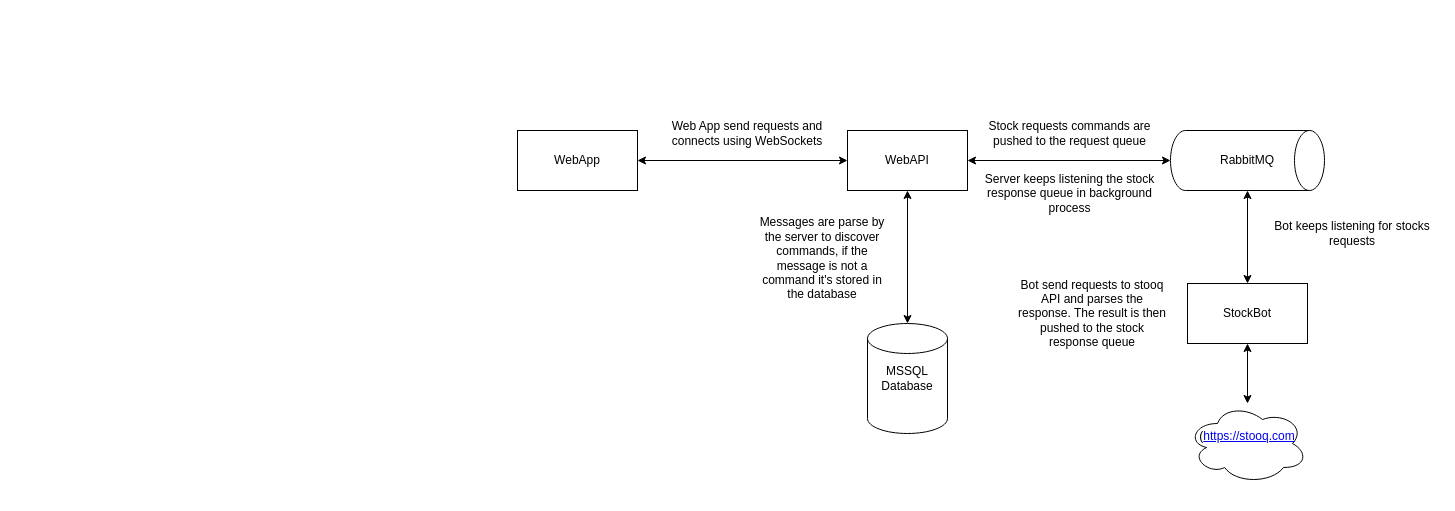
ADelRosarioH/jobsity-chat-challenge keeps this draw.io diagram as Chat Challenge - Architecture Diagram Overview.drawio. Above is the earlier version. Source tidied: cells renumbered, new cells numbered last; positions are measured from the earlier drawing's top-left corner, leaving out a move shared by most shapes. Both pictures are drawn from the tidied source at 100%, with x=0, y=0 at pixel (517, 83).
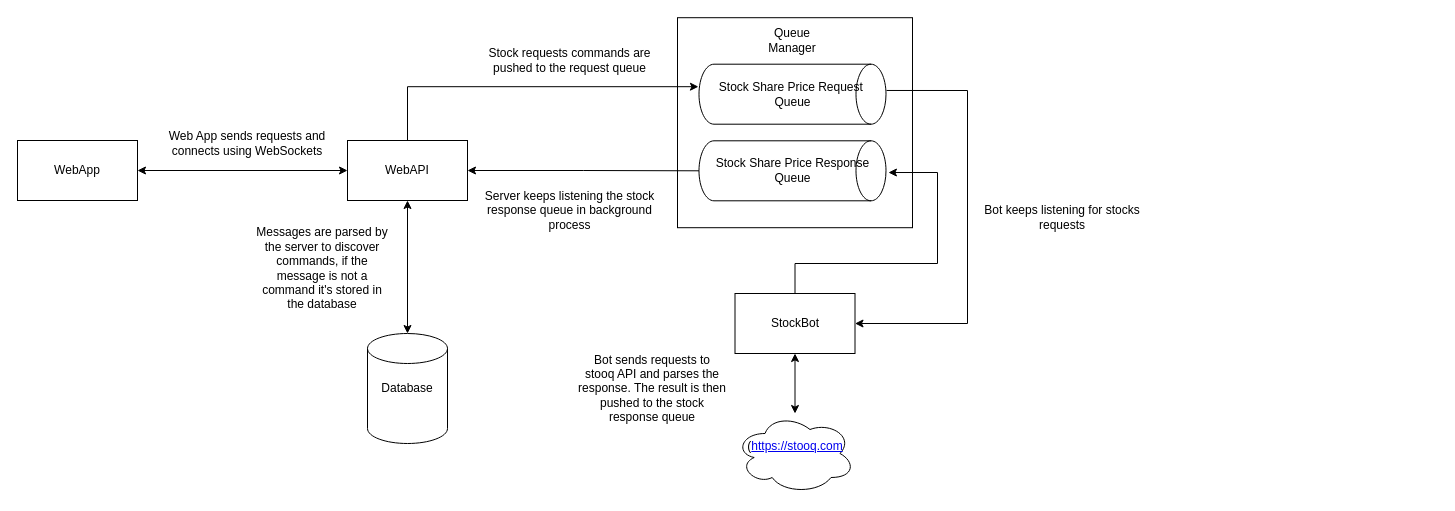
The same page after the edit.

Commit message (it also covers changes not shown here):
updates architecure diagram

fixes typos and updates png

Diff of the diagram source:
```diff
@@
+    <mxCell id="19" style="rounded=0;whiteSpace=wrap;html=1;" parent="1" vertex="1">
+      <mxGeometry x="160" y="-65.8" width="235" height="210" as="geometry" />
+    </mxCell>
@@
     <mxCell id="3" value="WebApp" style="rounded=0;whiteSpace=wrap;html=1;" parent="1" vertex="1">
-      <mxGeometry y="47" width="120" height="60" as="geometry" />
+      <mxGeometry x="-500" y="57" width="120" height="60" as="geometry" />
     </mxCell>
+    <mxCell id="5" style="edgeStyle=orthogonalEdgeStyle;rounded=0;jettySize=auto;html=1;startArrow=classic;startFill=1;" parent="1" edge="1" source="6" target="11">
+      <mxGeometry relative="1" as="geometry" />
+    </mxCell>
-    <mxCell id="4" style="edgeStyle=orthogonalEdgeStyle;rounded=0;jettySize=auto;html=1;startArrow=classic;startFill=1;" parent="1" edge="1" source="6" target="10">
+    <mxCell id="4" style="edgeStyle=orthogonalEdgeStyle;rounded=0;jettySize=auto;html=1;exitX=0.5;exitY=0;exitDx=0;exitDy=0;entryX=0.375;entryY=1.003;entryDx=0;entryDy=0;entryPerimeter=0;startArrow=none;startFill=0;" parent="1" edge="1" source="6" target="10">
       <mxGeometry relative="1" as="geometry" />
     </mxCell>
-    <mxCell id="5" style="edgeStyle=orthogonalEdgeStyle;rounded=0;jettySize=auto;html=1;startArrow=classic;startFill=1;" parent="1" edge="1" source="6" target="11">
-      <mxGeometry relative="1" as="geometry" />
-    </mxCell>
+    <mxCell id="20" style="edgeStyle=orthogonalEdgeStyle;rounded=0;jettySize=auto;html=1;exitX=1;exitY=0.5;exitDx=0;exitDy=0;startArrow=classic;startFill=1;endArrow=none;endFill=0;" parent="1" edge="1" source="6" target="22">
+      <mxGeometry relative="1" as="geometry" />
+    </mxCell>
     <mxCell id="6" value="WebAPI" style="rounded=0;whiteSpace=wrap;html=1;" parent="1" vertex="1">
-      <mxGeometry x="330" y="47" width="120" height="60" as="geometry" />
+      <mxGeometry x="-170" y="57" width="120" height="60" as="geometry" />
     </mxCell>
@@
-    <mxCell id="8" style="edgeStyle=orthogonalEdgeStyle;rounded=0;jettySize=auto;html=1;startArrow=classic;startFill=1;" parent="1" edge="1" source="9" target="10">
-      <mxGeometry relative="1" as="geometry" />
+    <mxCell id="8" style="edgeStyle=orthogonalEdgeStyle;rounded=0;jettySize=auto;html=1;entryX=0.438;entryY=-0.003;entryDx=0;entryDy=0;entryPerimeter=0;startArrow=classic;startFill=1;endArrow=none;endFill=0;" parent="1" edge="1" source="9" target="10">
+      <mxGeometry relative="1" as="geometry">
+        <Array as="points">
+          <mxPoint x="450" y="240" />
+          <mxPoint x="450" y="7" />
+        </Array>
+      </mxGeometry>
     </mxCell>
+    <mxCell id="21" style="edgeStyle=orthogonalEdgeStyle;rounded=0;jettySize=auto;html=1;exitX=0.5;exitY=0;exitDx=0;exitDy=0;entryX=0.529;entryY=-0.013;entryDx=0;entryDy=0;entryPerimeter=0;startArrow=none;startFill=0;endArrow=classic;endFill=1;" parent="1" edge="1" source="9" target="22">
+      <mxGeometry relative="1" as="geometry">
+        <Array as="points">
+          <mxPoint x="278" y="180" />
+          <mxPoint x="420" y="180" />
+          <mxPoint x="420" y="89" />
+        </Array>
+      </mxGeometry>
+    </mxCell>
     <mxCell id="9" value="StockBot" style="rounded=0;whiteSpace=wrap;html=1;" parent="1" vertex="1">
-      <mxGeometry x="670" y="200" width="120" height="60" as="geometry" />
+      <mxGeometry x="217.5" y="210" width="120" height="60" as="geometry" />
     </mxCell>
-    <mxCell id="10" value="RabbitMQ" style="shape=cylinder2;whiteSpace=wrap;html=1;boundedLbl=1;backgroundOutline=1;size=15;rotation=90;horizontal=0;" parent="1" vertex="1">
-      <mxGeometry x="700" width="60" height="154" as="geometry" />
+    <mxCell id="10" value="Stock Share Price Request&amp;nbsp; Queue" style="shape=cylinder2;whiteSpace=wrap;html=1;boundedLbl=1;backgroundOutline=1;size=15;rotation=90;horizontal=0;" parent="1" vertex="1">
+      <mxGeometry x="245" y="-82.8" width="60" height="187" as="geometry" />
     </mxCell>
-    <mxCell id="11" value="&lt;div&gt;MSSQL&lt;/div&gt;&lt;div&gt;Database&lt;br&gt;&lt;/div&gt;" style="shape=cylinder2;whiteSpace=wrap;html=1;boundedLbl=1;backgroundOutline=1;size=15;" parent="1" vertex="1">
-      <mxGeometry x="350" y="240" width="80" height="110" as="geometry" />
+    <mxCell id="11" value="&lt;div&gt;Database&lt;br&gt;&lt;/div&gt;" style="shape=cylinder2;whiteSpace=wrap;html=1;boundedLbl=1;backgroundOutline=1;size=15;" parent="1" vertex="1">
+      <mxGeometry x="-150" y="250" width="80" height="110" as="geometry" />
     </mxCell>
     <mxCell id="12" value="&#10;(&lt;a href=&quot;https://stooq.com/q/l/?s=aapl.us&amp;amp;f=sd2t2ohlcv&amp;amp;h&amp;amp;e=csv&quot;&gt;https://stooq.com&lt;/a&gt;&#10;&#10;" style="ellipse;shape=cloud;whiteSpace=wrap;html=1;" parent="1" vertex="1">
-      <mxGeometry x="670" y="320" width="120" height="80" as="geometry" />
+      <mxGeometry x="217.5" y="330" width="120" height="80" as="geometry" />
     </mxCell>
-    <mxCell id="13" value="Web App send requests and connects using WebSockets " style="text;html=1;strokeColor=none;fillColor=none;align=center;verticalAlign=middle;whiteSpace=wrap;rounded=0;" parent="1" vertex="1">
-      <mxGeometry x="150" y="40" width="160" height="20" as="geometry" />
+    <mxCell id="13" value="Web App sends requests and connects using WebSockets " style="text;html=1;strokeColor=none;fillColor=none;align=center;verticalAlign=middle;whiteSpace=wrap;rounded=0;" parent="1" vertex="1">
+      <mxGeometry x="-350" y="50" width="160" height="20" as="geometry" />
     </mxCell>
-    <mxCell id="14" value="Messages are parse by the server to discover commands, if the message is not a command it's stored in the database" style="text;html=1;strokeColor=none;fillColor=none;align=center;verticalAlign=middle;whiteSpace=wrap;rounded=0;" parent="1" vertex="1">
-      <mxGeometry x="235" y="160" width="140" height="30" as="geometry" />
+    <mxCell id="14" value="Messages are parsed by the server to discover commands, if the message is not a command it's stored in the database" style="text;html=1;strokeColor=none;fillColor=none;align=center;verticalAlign=middle;whiteSpace=wrap;rounded=0;" parent="1" vertex="1">
+      <mxGeometry x="-265" y="170" width="140" height="30" as="geometry" />
     </mxCell>
     <mxCell id="15" value="Stock requests commands are pushed to the request queue" style="text;html=1;strokeColor=none;fillColor=none;align=center;verticalAlign=middle;whiteSpace=wrap;rounded=0;" parent="1" vertex="1">
-      <mxGeometry x="460" y="40" width="185" height="20" as="geometry" />
+      <mxGeometry x="-40" y="-32.8" width="185" height="20" as="geometry" />
     </mxCell>
     <mxCell id="16" value="Server keeps listening the stock response queue in background process" style="text;html=1;strokeColor=none;fillColor=none;align=center;verticalAlign=middle;whiteSpace=wrap;rounded=0;" parent="1" vertex="1">
-      <mxGeometry x="460" y="100" width="185" height="20" as="geometry" />
+      <mxGeometry x="-40" y="117" width="185" height="20" as="geometry" />
     </mxCell>
     <mxCell id="17" value="Bot keeps listening for stocks requests" style="text;html=1;strokeColor=none;fillColor=none;align=center;verticalAlign=middle;whiteSpace=wrap;rounded=0;" parent="1" vertex="1">
-      <mxGeometry x="750" y="140" width="170" height="20" as="geometry" />
+      <mxGeometry x="460" y="124.2" width="170" height="20" as="geometry" />
     </mxCell>
-    <mxCell id="18" value="Bot send requests to stooq API and parses the response. The result is then pushed to the stock response queue" style="text;html=1;strokeColor=none;fillColor=none;align=center;verticalAlign=middle;whiteSpace=wrap;rounded=0;" parent="1" vertex="1">
-      <mxGeometry x="500" y="220" width="150" height="20" as="geometry" />
+    <mxCell id="18" value="Bot sends requests to stooq API and parses the response. The result is then pushed to the stock response queue" style="text;html=1;strokeColor=none;fillColor=none;align=center;verticalAlign=middle;whiteSpace=wrap;rounded=0;" parent="1" vertex="1">
+      <mxGeometry x="60" y="295" width="150" height="20" as="geometry" />
     </mxCell>
+    <mxCell id="22" value="Stock Share Price Response Queue" style="shape=cylinder2;whiteSpace=wrap;html=1;boundedLbl=1;backgroundOutline=1;size=15;rotation=90;horizontal=0;" parent="1" vertex="1">
+      <mxGeometry x="245" y="-6.2" width="60" height="187" as="geometry" />
+    </mxCell>
+    <mxCell id="23" value="Queue Manager" style="text;html=1;strokeColor=none;fillColor=none;align=center;verticalAlign=middle;whiteSpace=wrap;rounded=0;" parent="1" vertex="1">
+      <mxGeometry x="255" y="-52.8" width="40" height="20" as="geometry" />
+    </mxCell>
+    <mxCell id="24" style="edgeStyle=orthogonalEdgeStyle;rounded=0;orthogonalLoop=1;jettySize=auto;html=1;exitX=0.5;exitY=1;exitDx=0;exitDy=0;startArrow=classic;startFill=1;endArrow=none;endFill=0;" parent="1" edge="1" source="18" target="18">
+      <mxGeometry relative="1" as="geometry" />
+    </mxCell>
```
